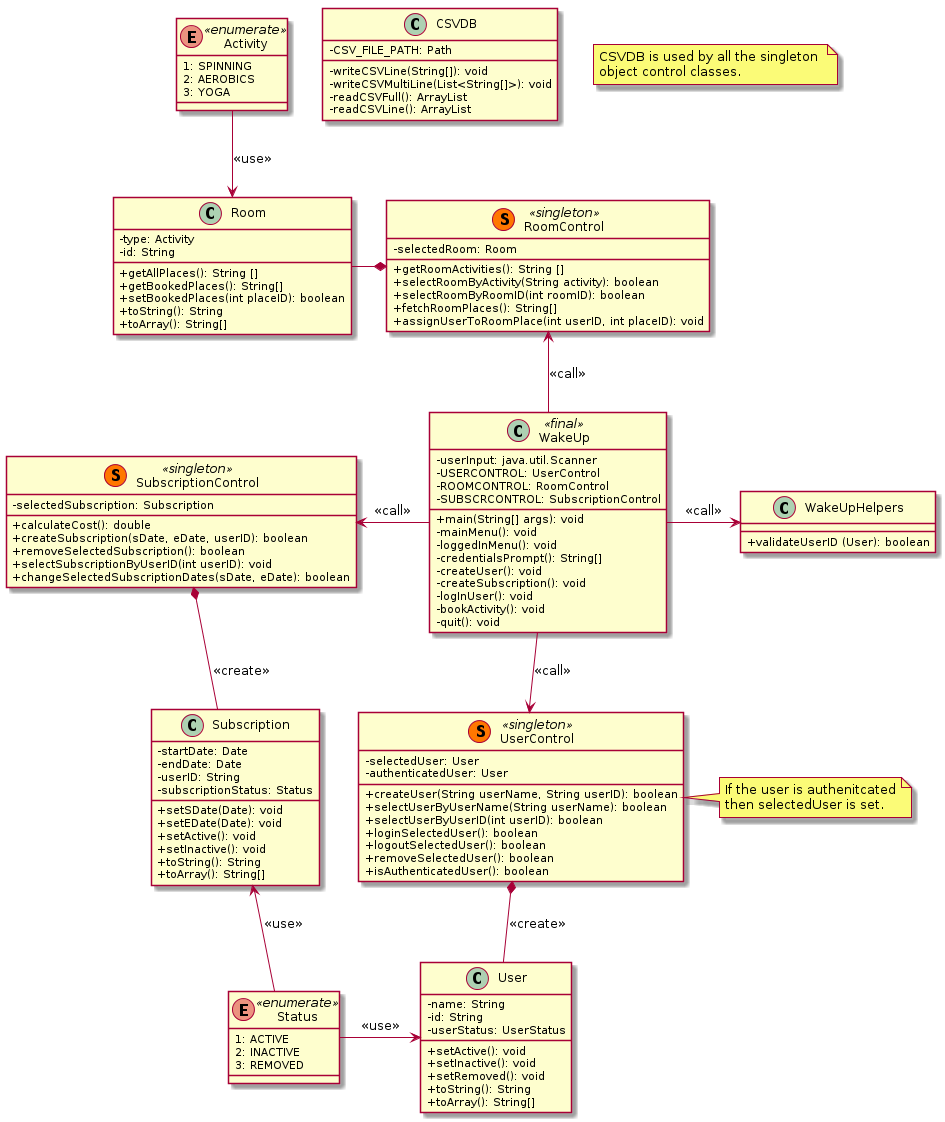
Before: UML_A2.png, a diagram exported from PlantUML (weleoka/A02_u01).
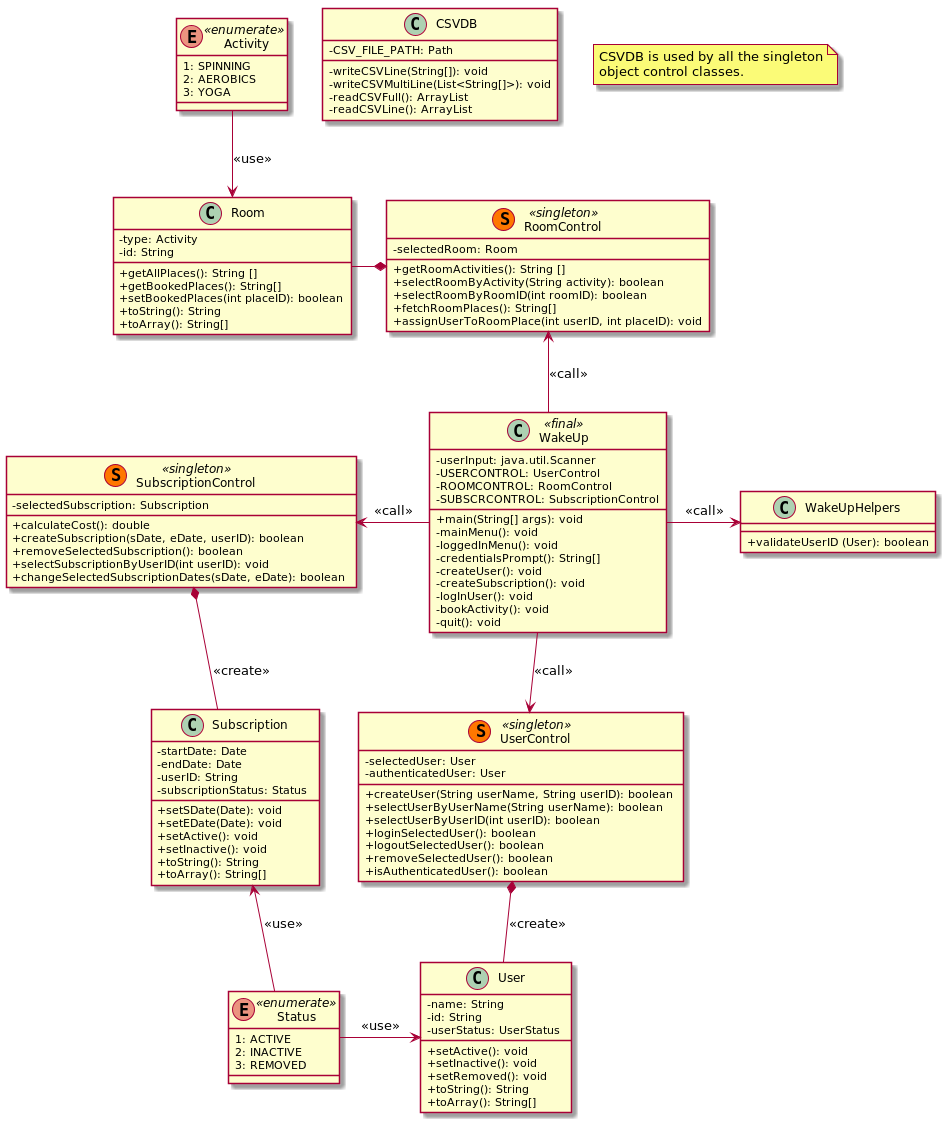
After the change.

Diff of the diagram source:
```diff
@@ -107,7 +107,6 @@
 }
 
 
-note right of UserControl: If the user is authenitcated\nthen selectedUser is set.
 note "CSVDB is used by all the singleton \nobject control classes." as Note1
 
 
```
